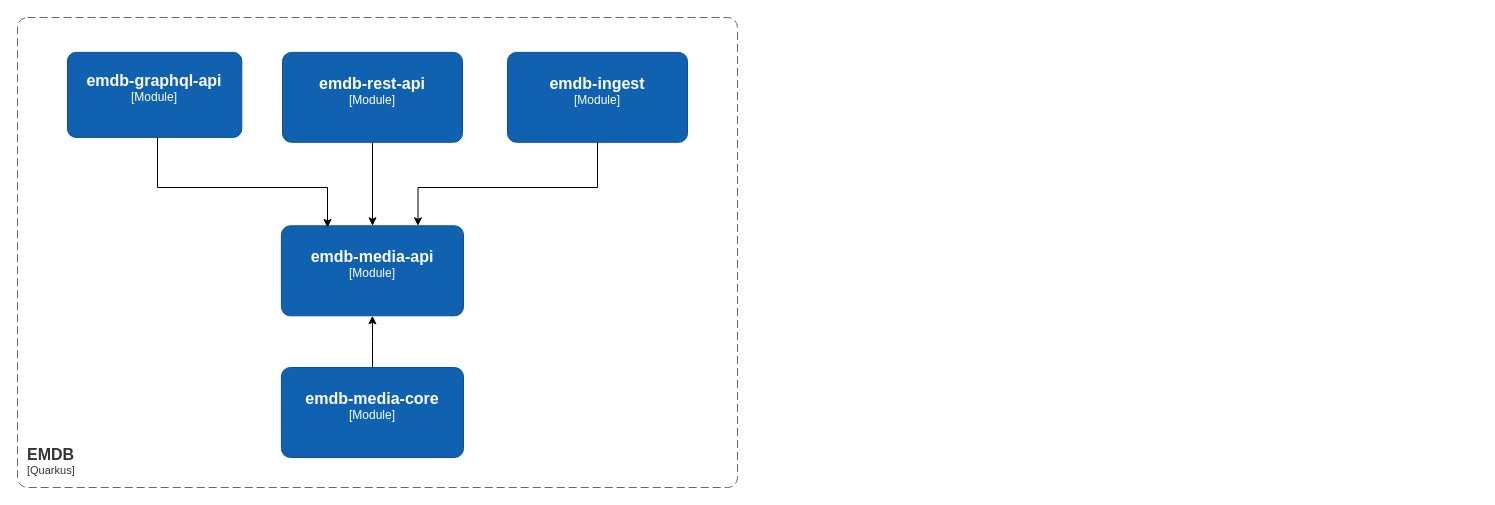
This is page "Dependency" (2 of 3) of emdb/doc/emdb5.drawio from douglase72/projects, a draw.io file, before an edit. Source tidied: cells renumbered, new cells numbered last; positions are measured from the earlier drawing's top-left corner, leaving out a move shared by most shapes. Both pictures are drawn from the tidied source at 100%, with x=0, y=0 at pixel (17, 17).
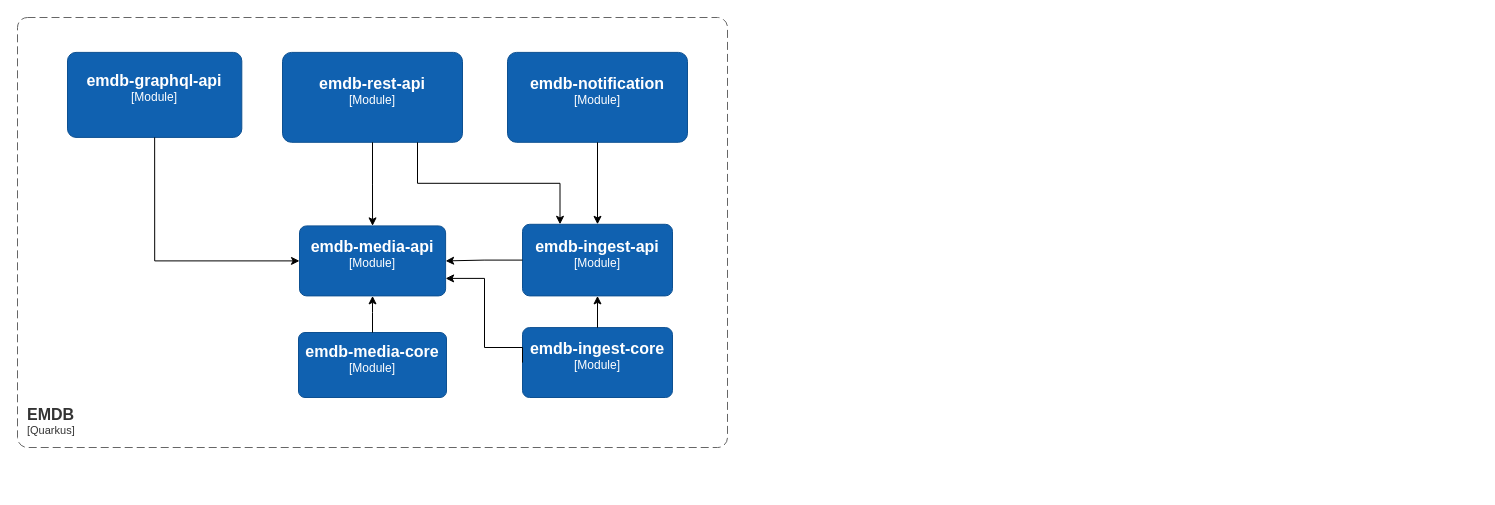
The same page after the edit.

The change refers to these unchanged cells:
```xml
<object id="5" label="&lt;font style=&quot;font-size: 16px&quot;&gt;&lt;b&gt;%c4Name%&lt;/b&gt;&lt;/font&gt;&lt;div&gt;[%c4Type%]&lt;/div&gt;&lt;br&gt;&lt;div&gt;&lt;font style=&quot;font-size: 11px&quot;&gt;&lt;font color=&quot;#cccccc&quot;&gt;%c4Description%&lt;/font&gt;&lt;/div&gt;" c4Description="" c4Name="emdb-rest-api" c4Type="Module" placeholders="1">
  <mxCell style="rounded=1;whiteSpace=wrap;html=1;labelBackgroundColor=none;fillColor=light-dark(#1061B0,#D5E8D4);fontColor=#ffffff;align=center;arcSize=10;strokeColor=#0D5091;points=[[0.25,0,0],[0.5,0,0],[0.75,0,0],[1,0.25,0],[1,0.5,0],[1,0.75,0],[0.75,1,0],[0.5,1,0],[0.25,1,0],[0,0.75,0],[0,0.5,0],[0,0.25,0]];" parent="1" vertex="1">
    <mxGeometry x="265" y="34.9" width="180" height="89.9" as="geometry" />
  </mxCell>
</object>
<object id="6" label="&lt;font style=&quot;font-size: 16px&quot;&gt;&lt;b&gt;%c4Name%&lt;/b&gt;&lt;/font&gt;&lt;div&gt;[%c4Type%]&lt;/div&gt;&lt;br&gt;&lt;div&gt;&lt;font style=&quot;font-size: 11px&quot;&gt;&lt;font color=&quot;#cccccc&quot;&gt;%c4Description%&lt;/font&gt;&lt;/div&gt;" c4Description="" c4Name="emdb-graphql-api" c4Type="Module" placeholders="1">
  <mxCell style="rounded=1;whiteSpace=wrap;html=1;labelBackgroundColor=none;fillColor=light-dark(#1061B0,#FFF2CC);fontColor=#ffffff;align=center;arcSize=10;strokeColor=#0D5091;points=[[0.25,0,0],[0.5,0,0],[0.75,0,0],[1,0.25,0],[1,0.5,0],[1,0.75,0],[0.75,1,0],[0.5,1,0],[0.25,1,0],[0,0.75,0],[0,0.5,0],[0,0.25,0]];" parent="1" vertex="1">
    <mxGeometry x="50" y="34.9" width="174.3" height="85" as="geometry" />
  </mxCell>
</object>
```

The edit, as a diff of the source:
```diff
@@
     <object id="3" label="&lt;font style=&quot;font-size: 16px&quot;&gt;&lt;b&gt;&lt;div style=&quot;text-align: left&quot;&gt;%c4Name%&lt;/div&gt;&lt;/b&gt;&lt;/font&gt;&lt;div style=&quot;text-align: left&quot;&gt;[%c4Application%]&lt;/div&gt;" c4Application="Quarkus" c4Name="EMDB" placeholders="1">
       <mxCell style="rounded=1;fontSize=11;whiteSpace=wrap;html=1;dashed=1;arcSize=20;fillColor=none;strokeColor=#666666;fontColor=#333333;labelBackgroundColor=none;align=left;verticalAlign=bottom;labelBorderColor=none;spacingTop=0;spacing=10;dashPattern=8 4;perimeter=rectanglePerimeter;noLabel=0;labelPadding=0;absoluteArcSize=1;" parent="1" vertex="1">
-        <mxGeometry width="720" height="470" as="geometry" />
+        <mxGeometry width="710" height="430" as="geometry" />
       </mxCell>
     </object>
-    <mxCell id="4" style="edgeStyle=orthogonalEdgeStyle;rounded=0;jettySize=auto;html=1;" parent="1" edge="1" source="5" target="8">
-      <mxGeometry relative="1" as="geometry" />
-    </mxCell>
@@
     <object id="7" label="&lt;font style=&quot;font-size: 16px&quot;&gt;&lt;b&gt;%c4Name%&lt;/b&gt;&lt;/font&gt;&lt;div&gt;[%c4Type%]&lt;/div&gt;&lt;br&gt;&lt;div&gt;&lt;font style=&quot;font-size: 11px&quot;&gt;&lt;font color=&quot;#cccccc&quot;&gt;%c4Description%&lt;/font&gt;&lt;/div&gt;" c4Description="" c4Name="emdb-media-core" c4Type="Module" placeholders="1">
       <mxCell style="rounded=1;whiteSpace=wrap;html=1;labelBackgroundColor=none;fillColor=light-dark(#1061B0,#B9E0A5);fontColor=#ffffff;align=center;arcSize=10;strokeColor=#0D5091;points=[[0.25,0,0],[0.5,0,0],[0.75,0,0],[1,0.25,0],[1,0.5,0],[1,0.75,0],[0.75,1,0],[0.5,1,0],[0.25,1,0],[0,0.75,0],[0,0.5,0],[0,0.25,0]];" parent="1" vertex="1">
-        <mxGeometry x="263.9" y="350" width="182.1" height="90" as="geometry" />
+        <mxGeometry x="281" y="315" width="148" height="65" as="geometry" />
       </mxCell>
     </object>
     <object id="8" label="&lt;font style=&quot;font-size: 16px&quot;&gt;&lt;b&gt;%c4Name%&lt;/b&gt;&lt;/font&gt;&lt;div&gt;[%c4Type%]&lt;/div&gt;&lt;br&gt;&lt;div&gt;&lt;font style=&quot;font-size: 11px&quot;&gt;&lt;font color=&quot;#cccccc&quot;&gt;%c4Description%&lt;/font&gt;&lt;/div&gt;" c4Description="" c4Name="emdb-media-api" c4Type="Module" placeholders="1">
       <mxCell style="rounded=1;whiteSpace=wrap;html=1;labelBackgroundColor=none;fillColor=light-dark(#1061B0,#B9E0A5);fontColor=#ffffff;align=center;arcSize=10;strokeColor=#0D5091;points=[[0.25,0,0],[0.5,0,0],[0.75,0,0],[1,0.25,0],[1,0.5,0],[1,0.75,0],[0.75,1,0],[0.5,1,0],[0.25,1,0],[0,0.75,0],[0,0.5,0],[0,0.25,0]];" parent="1" vertex="1">
-        <mxGeometry x="263.9" y="208.3" width="182.1" height="90" as="geometry" />
+        <mxGeometry x="282" y="208.4" width="146.1" height="70" as="geometry" />
       </mxCell>
     </object>
@@
-    <mxCell id="10" style="endArrow=classic;html=1;rounded=0;" parent="1" edge="1">
-      <mxGeometry relative="1" as="geometry">
-        <mxPoint x="140" y="120" as="sourcePoint" />
-        <mxPoint x="310" y="210" as="targetPoint" />
-        <Array as="points">
-          <mxPoint x="140" y="170" />
-          <mxPoint x="310" y="170" />
-        </Array>
-      </mxGeometry>
-    </mxCell>
-    <object id="11" label="&lt;font style=&quot;font-size: 16px&quot;&gt;&lt;b&gt;%c4Name%&lt;/b&gt;&lt;/font&gt;&lt;div&gt;[%c4Type%]&lt;/div&gt;&lt;br&gt;&lt;div&gt;&lt;font style=&quot;font-size: 11px&quot;&gt;&lt;font color=&quot;#cccccc&quot;&gt;%c4Description%&lt;/font&gt;&lt;/div&gt;" c4Description="" c4Name="emdb-ingest" c4Type="Module" placeholders="1">
-      <mxCell style="rounded=1;whiteSpace=wrap;html=1;labelBackgroundColor=none;fillColor=light-dark(#1061B0,#D5E8D4);fontColor=#ffffff;align=center;arcSize=10;strokeColor=#0D5091;points=[[0.25,0,0],[0.5,0,0],[0.75,0,0],[1,0.25,0],[1,0.5,0],[1,0.75,0],[0.75,1,0],[0.5,1,0],[0.25,1,0],[0,0.75,0],[0,0.5,0],[0,0.25,0]];" parent="1" vertex="1">
-        <mxGeometry x="490" y="34.9" width="180" height="89.9" as="geometry" />
+    <object id="11" label="&lt;font style=&quot;font-size: 16px&quot;&gt;&lt;b&gt;%c4Name%&lt;/b&gt;&lt;/font&gt;&lt;div&gt;[%c4Type%]&lt;/div&gt;&lt;br&gt;&lt;div&gt;&lt;font style=&quot;font-size: 11px&quot;&gt;&lt;font color=&quot;#cccccc&quot;&gt;%c4Description%&lt;/font&gt;&lt;/div&gt;" c4Description="" c4Name="emdb-ingest-core" c4Type="Module" placeholders="1">
+      <mxCell style="rounded=1;whiteSpace=wrap;html=1;labelBackgroundColor=none;fillColor=light-dark(#1061B0,#FFE599);fontColor=#ffffff;align=center;arcSize=10;strokeColor=#0D5091;points=[[0.25,0,0],[0.5,0,0],[0.75,0,0],[1,0.25,0],[1,0.5,0],[1,0.75,0],[0.75,1,0],[0.5,1,0],[0.25,1,0],[0,0.75,0],[0,0.5,0],[0,0.25,0]];" parent="1" vertex="1">
+        <mxGeometry x="505" y="310.1" width="150" height="69.9" as="geometry" />
       </mxCell>
     </object>
+    <object id="13" label="&lt;font style=&quot;font-size: 16px&quot;&gt;&lt;b&gt;%c4Name%&lt;/b&gt;&lt;/font&gt;&lt;div&gt;[%c4Type%]&lt;/div&gt;&lt;br&gt;&lt;div&gt;&lt;font style=&quot;font-size: 11px&quot;&gt;&lt;font color=&quot;#cccccc&quot;&gt;%c4Description%&lt;/font&gt;&lt;/div&gt;" c4Description="" c4Name="emdb-ingest-api" c4Type="Module" placeholders="1">
+      <mxCell style="rounded=1;whiteSpace=wrap;html=1;labelBackgroundColor=none;fillColor=light-dark(#1061B0,#FFE599);fontColor=#ffffff;align=center;arcSize=10;strokeColor=#0D5091;points=[[0.25,0,0],[0.5,0,0],[0.75,0,0],[1,0.25,0],[1,0.5,0],[1,0.75,0],[0.75,1,0],[0.5,1,0],[0.25,1,0],[0,0.75,0],[0,0.5,0],[0,0.25,0]];" parent="1" vertex="1">
+        <mxGeometry x="505" y="206.8" width="150" height="71.6" as="geometry" />
+      </mxCell>
+    </object>
+    <mxCell id="14" style="edgeStyle=orthogonalEdgeStyle;rounded=0;jettySize=auto;html=1;entryX=0.5;entryY=1;entryDx=0;entryDy=0;entryPerimeter=0;" parent="1" edge="1" source="11" target="13">
+      <mxGeometry relative="1" as="geometry" />
+    </mxCell>
+    <object id="15" label="&lt;font style=&quot;font-size: 16px&quot;&gt;&lt;b&gt;%c4Name%&lt;/b&gt;&lt;/font&gt;&lt;div&gt;[%c4Type%]&lt;/div&gt;&lt;br&gt;&lt;div&gt;&lt;font style=&quot;font-size: 11px&quot;&gt;&lt;font color=&quot;#cccccc&quot;&gt;%c4Description%&lt;/font&gt;&lt;/div&gt;" c4Description="" c4Name="emdb-notification" c4Type="Module" placeholders="1">
+      <mxCell style="rounded=1;whiteSpace=wrap;html=1;labelBackgroundColor=none;fillColor=light-dark(#1061B0,#E6E6E6);fontColor=#ffffff;align=center;arcSize=10;strokeColor=#0D5091;points=[[0.25,0,0],[0.5,0,0],[0.75,0,0],[1,0.25,0],[1,0.5,0],[1,0.75,0],[0.75,1,0],[0.5,1,0],[0.25,1,0],[0,0.75,0],[0,0.5,0],[0,0.25,0]];" parent="1" vertex="1">
+        <mxGeometry x="490" y="34.9" width="180" height="89.9" as="geometry" />
+      </mxCell>
+    </object>
+    <mxCell id="16" style="edgeStyle=orthogonalEdgeStyle;rounded=0;jettySize=auto;html=1;entryX=0;entryY=0.5;entryDx=0;entryDy=0;entryPerimeter=0;exitX=0.5;exitY=1;exitDx=0;exitDy=0;exitPerimeter=0;" parent="1" edge="1" source="6" target="8">
+      <mxGeometry relative="1" as="geometry" />
+    </mxCell>
+    <mxCell id="4" style="edgeStyle=orthogonalEdgeStyle;rounded=0;jettySize=auto;html=1;entryX=0.5;entryY=0;entryDx=0;entryDy=0;entryPerimeter=0;" parent="1" edge="1" source="5" target="8">
+      <mxGeometry relative="1" as="geometry" />
+    </mxCell>
+    <mxCell id="17" style="edgeStyle=orthogonalEdgeStyle;rounded=0;jettySize=auto;html=1;entryX=0.5;entryY=0;entryDx=0;entryDy=0;entryPerimeter=0;" parent="1" edge="1" source="15" target="13">
+      <mxGeometry relative="1" as="geometry" />
+    </mxCell>
+    <mxCell id="18" style="edgeStyle=orthogonalEdgeStyle;rounded=0;jettySize=auto;html=1;entryX=1;entryY=0.5;entryDx=0;entryDy=0;entryPerimeter=0;" parent="1" edge="1" source="13" target="8">
+      <mxGeometry relative="1" as="geometry" />
+    </mxCell>
-    <mxCell id="12" style="edgeStyle=orthogonalEdgeStyle;rounded=0;jettySize=auto;html=1;entryX=0.75;entryY=0;entryDx=0;entryDy=0;entryPerimeter=0;" parent="1" edge="1" source="11" target="8">
+    <mxCell id="12" style="edgeStyle=orthogonalEdgeStyle;rounded=0;jettySize=auto;html=1;exitX=0;exitY=0.5;exitDx=0;exitDy=0;exitPerimeter=0;entryX=1;entryY=0.75;entryDx=0;entryDy=0;entryPerimeter=0;" parent="1" edge="1" source="11" target="8">
       <mxGeometry relative="1" as="geometry">
         <Array as="points">
-          <mxPoint x="580" y="170" />
-          <mxPoint x="401" y="170" />
+          <mxPoint x="505" y="330" />
+          <mxPoint x="467" y="330" />
+          <mxPoint x="467" y="261" />
         </Array>
       </mxGeometry>
     </mxCell>
+    <mxCell id="19" style="edgeStyle=orthogonalEdgeStyle;rounded=0;jettySize=auto;html=1;exitX=0.75;exitY=1;exitDx=0;exitDy=0;exitPerimeter=0;entryX=0.25;entryY=0;entryDx=0;entryDy=0;entryPerimeter=0;" parent="1" edge="1" source="5" target="13">
+      <mxGeometry relative="1" as="geometry" />
+    </mxCell>
```
